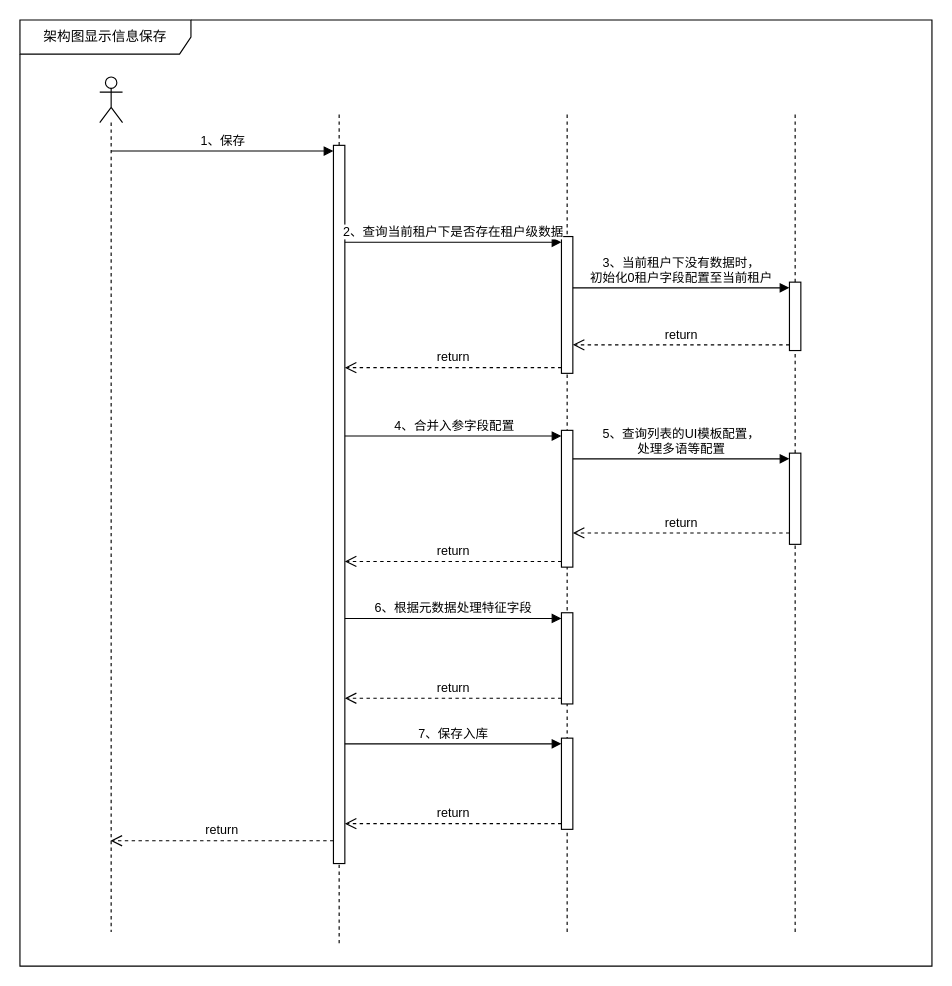
The draw.io diagram 架构图-显示信息-保存.drawio in Super-YYQ/drawIo, before the edit. Source tidied: cells renumbered, new cells numbered last; positions are measured from the earlier drawing's top-left corner, leaving out a move shared by most shapes. Both pictures are drawn from the tidied source at 114%, with x=0, y=0 at pixel (19, 19).
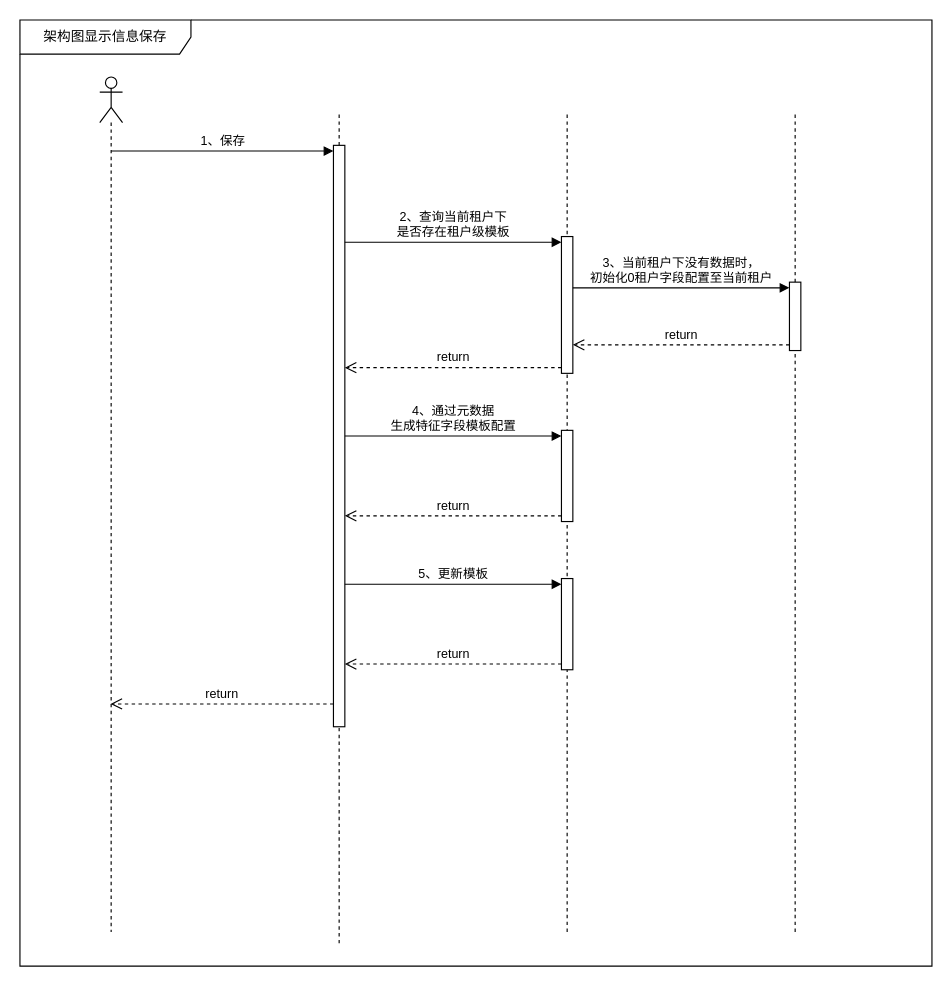
After the change.

Commit message:
更新架构图-显示信息-保存.drawio

The change refers to these unchanged cells:
```xml
<mxCell id="11" style="html=1;points=[[0,0,0,0,5],[0,1,0,0,-5],[1,0,0,0,5],[1,1,0,0,-5]];perimeter=orthogonalPerimeter;outlineConnect=0;targetShapes=umlLifeline;portConstraint=eastwest;newEdgeStyle={&quot;curved&quot;:0,&quot;rounded&quot;:0};" parent="1" vertex="1">
  <mxGeometry x="475" y="190" width="10" height="120" as="geometry" />
</mxCell>
```

Change to the diagram source:
```diff
@@
     <mxCell id="8" value="return" style="html=1;verticalAlign=bottom;endArrow=open;dashed=1;endSize=8;curved=0;rounded=0;exitX=0;exitY=1;exitDx=0;exitDy=-5;" parent="1" edge="1">
       <mxGeometry relative="1" as="geometry">
-        <mxPoint x="275" y="720" as="sourcePoint" />
-        <mxPoint x="79.5" y="720" as="targetPoint" />
+        <mxPoint x="275" y="600" as="sourcePoint" />
+        <mxPoint x="79.5" y="600" as="targetPoint" />
       </mxGeometry>
     </mxCell>
@@
     <mxCell id="10" style="html=1;points=[[0,0,0,0,5],[0,1,0,0,-5],[1,0,0,0,5],[1,1,0,0,-5]];perimeter=orthogonalPerimeter;outlineConnect=0;targetShapes=umlLifeline;portConstraint=eastwest;newEdgeStyle={&quot;curved&quot;:0,&quot;rounded&quot;:0};" parent="1" vertex="1">
-      <mxGeometry x="275" y="110" width="10" height="630" as="geometry" />
+      <mxGeometry x="275" y="110" width="10" height="510" as="geometry" />
     </mxCell>
@@
-    <mxCell id="12" value="2、查询当前租户下是否存在租户级数据" style="html=1;verticalAlign=bottom;endArrow=block;curved=0;rounded=0;entryX=0;entryY=0;entryDx=0;entryDy=5;" parent="1" edge="1" source="10" target="11">
+    <mxCell id="12" value="2、查询当前租户下&lt;br&gt;是否存在租户级模板" style="html=1;verticalAlign=bottom;endArrow=block;curved=0;rounded=0;entryX=0;entryY=0;entryDx=0;entryDy=5;" parent="1" edge="1" source="10" target="11">
       <mxGeometry relative="1" as="geometry" />
     </mxCell>
@@
-    <mxCell id="17" style="html=1;points=[[0,0,0,0,5],[0,1,0,0,-5],[1,0,0,0,5],[1,1,0,0,-5]];perimeter=orthogonalPerimeter;outlineConnect=0;targetShapes=umlLifeline;portConstraint=eastwest;newEdgeStyle={&quot;curved&quot;:0,&quot;rounded&quot;:0};" parent="1" vertex="1">
-      <mxGeometry x="475" y="360" width="10" height="120" as="geometry" />
-    </mxCell>
-    <mxCell id="18" value="4、合并入参字段配置" style="html=1;verticalAlign=bottom;endArrow=block;curved=0;rounded=0;entryX=0;entryY=0;entryDx=0;entryDy=5;" parent="1" edge="1" source="10" target="17">
-      <mxGeometry x="0.01" relative="1" as="geometry" />
-    </mxCell>
-    <mxCell id="19" value="return" style="html=1;verticalAlign=bottom;endArrow=open;dashed=1;endSize=8;curved=0;rounded=0;exitX=0;exitY=1;exitDx=0;exitDy=-5;" parent="1" edge="1" source="17" target="10">
-      <mxGeometry relative="1" as="geometry" />
-    </mxCell>
-    <mxCell id="20" style="html=1;points=[[0,0,0,0,5],[0,1,0,0,-5],[1,0,0,0,5],[1,1,0,0,-5]];perimeter=orthogonalPerimeter;outlineConnect=0;targetShapes=umlLifeline;portConstraint=eastwest;newEdgeStyle={&quot;curved&quot;:0,&quot;rounded&quot;:0};" parent="1" vertex="1">
-      <mxGeometry x="675" y="380" width="10" height="80" as="geometry" />
-    </mxCell>
-    <mxCell id="21" value="5、查询列表的UI模板配置，&lt;br&gt;处理多语等配置" style="html=1;verticalAlign=bottom;endArrow=block;curved=0;rounded=0;entryX=0;entryY=0;entryDx=0;entryDy=5;" parent="1" edge="1" source="17" target="20">
-      <mxGeometry relative="1" as="geometry" />
-    </mxCell>
-    <mxCell id="22" value="return" style="html=1;verticalAlign=bottom;endArrow=open;dashed=1;endSize=8;curved=0;rounded=0;exitX=0;exitY=1;exitDx=0;exitDy=-5;" parent="1" edge="1">
-      <mxGeometry relative="1" as="geometry">
-        <mxPoint x="675" y="450" as="sourcePoint" />
-        <mxPoint x="485" y="450" as="targetPoint" />
-      </mxGeometry>
-    </mxCell>
     <mxCell id="23" style="html=1;points=[[0,0,0,0,5],[0,1,0,0,-5],[1,0,0,0,5],[1,1,0,0,-5]];perimeter=orthogonalPerimeter;outlineConnect=0;targetShapes=umlLifeline;portConstraint=eastwest;newEdgeStyle={&quot;curved&quot;:0,&quot;rounded&quot;:0};" parent="1" vertex="1">
-      <mxGeometry x="475" y="630" width="10" height="80" as="geometry" />
+      <mxGeometry x="475" y="490" width="10" height="80" as="geometry" />
     </mxCell>
-    <mxCell id="24" value="7、保存入库" style="html=1;verticalAlign=bottom;endArrow=block;curved=0;rounded=0;entryX=0;entryY=0;entryDx=0;entryDy=5;" parent="1" edge="1" target="23">
+    <mxCell id="24" value="5、更新模板" style="html=1;verticalAlign=bottom;endArrow=block;curved=0;rounded=0;entryX=0;entryY=0;entryDx=0;entryDy=5;" parent="1" edge="1" target="23">
       <mxGeometry relative="1" as="geometry">
-        <mxPoint x="285" y="635" as="sourcePoint" />
+        <mxPoint x="285" y="495" as="sourcePoint" />
       </mxGeometry>
     </mxCell>
     <mxCell id="25" value="return" style="html=1;verticalAlign=bottom;endArrow=open;dashed=1;endSize=8;curved=0;rounded=0;exitX=0;exitY=1;exitDx=0;exitDy=-5;" parent="1" edge="1" source="23">
       <mxGeometry relative="1" as="geometry">
-        <mxPoint x="285" y="705" as="targetPoint" />
+        <mxPoint x="285" y="565" as="targetPoint" />
       </mxGeometry>
     </mxCell>
     <mxCell id="26" style="html=1;points=[[0,0,0,0,5],[0,1,0,0,-5],[1,0,0,0,5],[1,1,0,0,-5]];perimeter=orthogonalPerimeter;outlineConnect=0;targetShapes=umlLifeline;portConstraint=eastwest;newEdgeStyle={&quot;curved&quot;:0,&quot;rounded&quot;:0};" parent="1" vertex="1">
-      <mxGeometry x="475" y="520" width="10" height="80" as="geometry" />
+      <mxGeometry x="475" y="360" width="10" height="80" as="geometry" />
     </mxCell>
-    <mxCell id="27" value="6、根据元数据处理特征字段" style="html=1;verticalAlign=bottom;endArrow=block;curved=0;rounded=0;entryX=0;entryY=0;entryDx=0;entryDy=5;" parent="1" edge="1" source="10" target="26">
-      <mxGeometry relative="1" as="geometry" />
+    <mxCell id="27" value="4、通过元数据&lt;br&gt;生成特征字段模板配置" style="html=1;verticalAlign=bottom;endArrow=block;curved=0;rounded=0;entryX=0;entryY=0;entryDx=0;entryDy=5;" parent="1" edge="1" target="26">
+      <mxGeometry relative="1" as="geometry">
+        <mxPoint x="285" y="365" as="sourcePoint" />
+      </mxGeometry>
     </mxCell>
-    <mxCell id="28" value="return" style="html=1;verticalAlign=bottom;endArrow=open;dashed=1;endSize=8;curved=0;rounded=0;exitX=0;exitY=1;exitDx=0;exitDy=-5;" parent="1" edge="1" source="26" target="10">
-      <mxGeometry relative="1" as="geometry" />
+    <mxCell id="28" value="return" style="html=1;verticalAlign=bottom;endArrow=open;dashed=1;endSize=8;curved=0;rounded=0;exitX=0;exitY=1;exitDx=0;exitDy=-5;" parent="1" edge="1" source="26">
+      <mxGeometry relative="1" as="geometry">
+        <mxPoint x="285" y="435" as="targetPoint" />
+      </mxGeometry>
     </mxCell>
```
